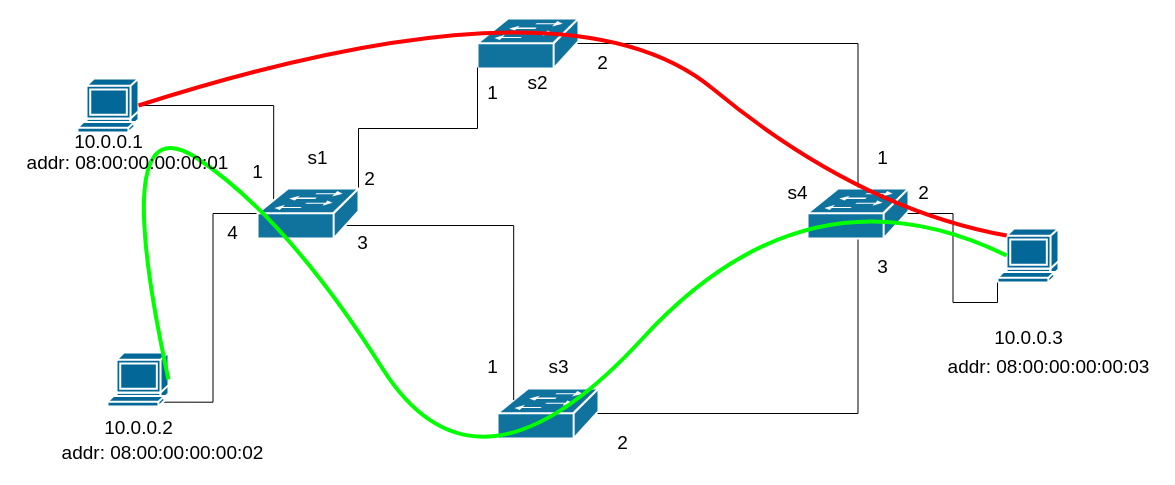
wesleytessaro/Cmbr-DT keeps this draw.io diagram as [2] -Topologia-2-Caminhos Estáticos/Caminhos.drawio. Above is the earlier version. Source tidied: cells renumbered, new cells numbered last; positions are measured from the earlier drawing's top-left corner, leaving out a move shared by most shapes. Both pictures are drawn from the tidied source at 100%, with x=0, y=0 at pixel (17, -32).
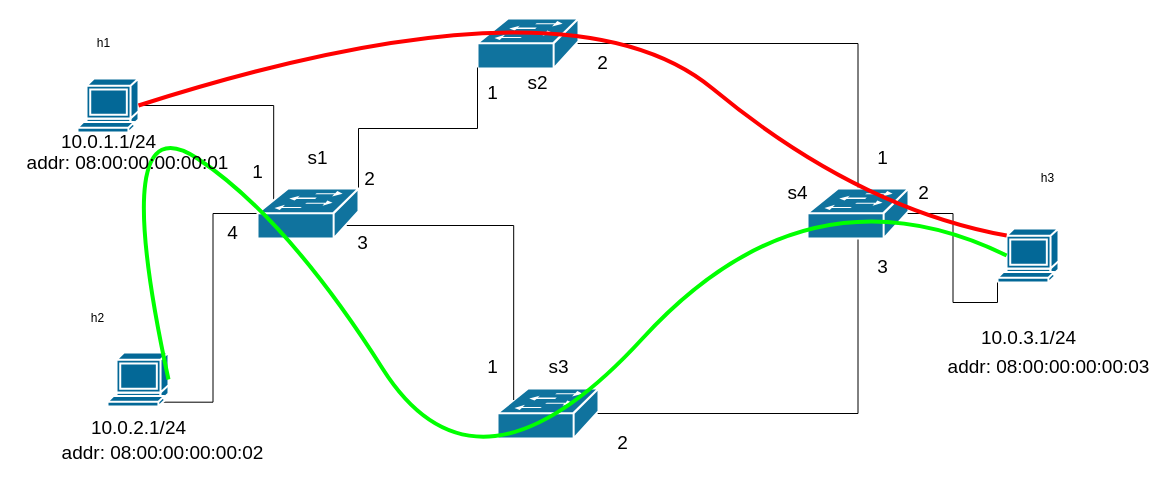
The same diagram, later.

The edit, as a diff of the source:
```diff
@@
-    <mxCell id="16" value="10.0.0.1" style="text;html=1;align=center;verticalAlign=middle;strokeColor=none;fillColor=none;fontSize=19;" parent="1" vertex="1">
-      <mxGeometry x="50.5" y="159" width="80" height="30" as="geometry" />
+    <mxCell id="16" value="10.0.1.1/24" style="text;html=1;align=center;verticalAlign=middle;strokeColor=none;fillColor=none;fontSize=19;" parent="1" vertex="1">
+      <mxGeometry x="35.5" y="159" width="110" height="30" as="geometry" />
     </mxCell>
-    <mxCell id="17" value="10.0.0.2" style="text;html=1;align=center;verticalAlign=middle;strokeColor=none;fillColor=none;fontSize=19;" parent="1" vertex="1">
-      <mxGeometry x="81" y="445" width="80" height="30" as="geometry" />
+    <mxCell id="17" value="10.0.2.1/24" style="text;html=1;align=center;verticalAlign=middle;strokeColor=none;fillColor=none;fontSize=19;" parent="1" vertex="1">
+      <mxGeometry x="66" y="445" width="110" height="30" as="geometry" />
     </mxCell>
-    <mxCell id="18" value="10.0.0.3" style="text;html=1;align=center;verticalAlign=middle;strokeColor=none;fillColor=none;fontSize=19;" parent="1" vertex="1">
-      <mxGeometry x="971" y="355" width="80" height="30" as="geometry" />
+    <mxCell id="18" value="10.0.3.1/24" style="text;html=1;align=center;verticalAlign=middle;strokeColor=none;fillColor=none;fontSize=19;" parent="1" vertex="1">
+      <mxGeometry x="956" y="355" width="110" height="30" as="geometry" />
     </mxCell>
@@
+    <mxCell id="39" value="h1" style="text;html=1;align=center;verticalAlign=middle;strokeColor=none;fillColor=none;hachureGap=4;" parent="1" vertex="1">
+      <mxGeometry x="71" y="65" width="30" height="20" as="geometry" />
+    </mxCell>
+    <mxCell id="40" value="h2" style="text;html=1;align=center;verticalAlign=middle;strokeColor=none;fillColor=none;hachureGap=4;" parent="1" vertex="1">
+      <mxGeometry x="65" y="340" width="30" height="20" as="geometry" />
+    </mxCell>
+    <mxCell id="41" value="h3" style="text;html=1;align=center;verticalAlign=middle;strokeColor=none;fillColor=none;hachureGap=4;" parent="1" vertex="1">
+      <mxGeometry x="1015" y="200" width="30" height="20" as="geometry" />
+    </mxCell>
```
